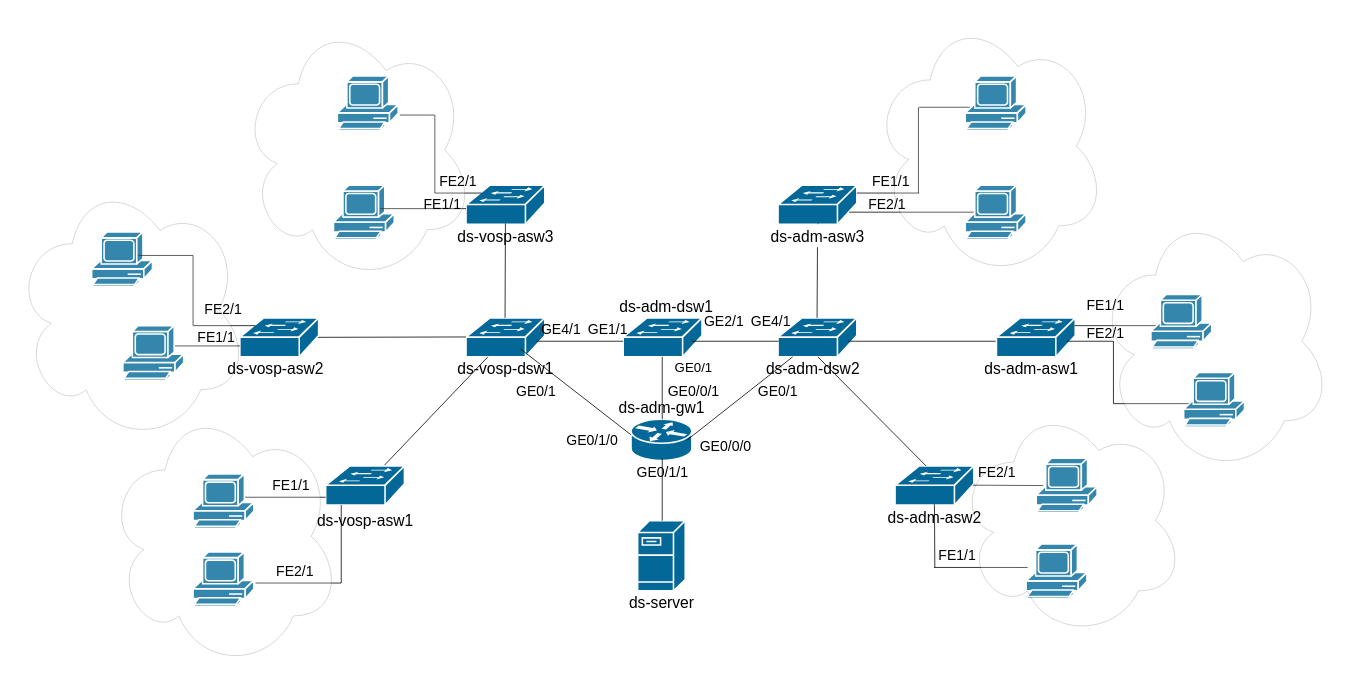
Earlier version of the draw.io diagram Диаграмма без названия.drawio (dibovdmitry/Project). Source tidied: cells renumbered, new cells numbered last; positions are measured from the earlier drawing's top-left corner, leaving out a move shared by most shapes. Both pictures are drawn from the tidied source at 78%, with x=0, y=0 at pixel (13, 13).
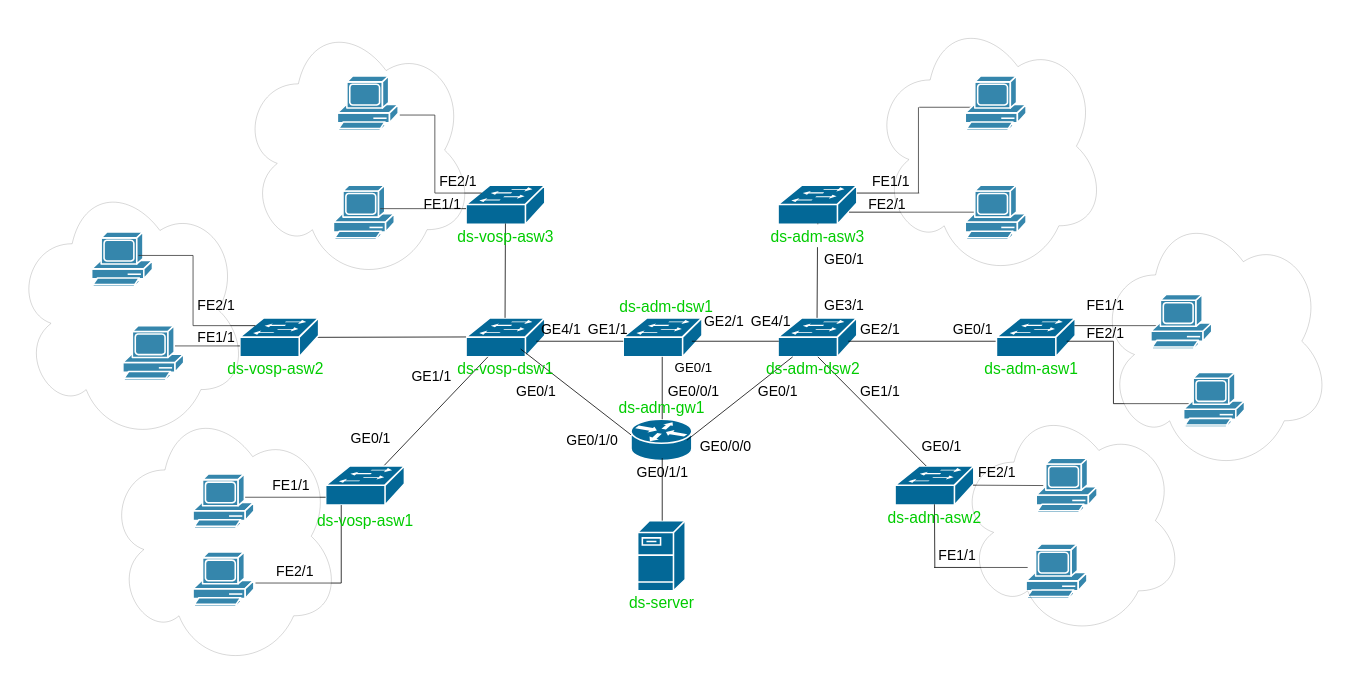
The same diagram, later.

The edit, as a diff of the source:
```diff
@@
-    <mxCell id="64" value="&lt;font style=&quot;font-size: 20px;&quot;&gt;ds-server&lt;/font&gt;" style="text;html=1;strokeColor=none;fillColor=none;align=center;verticalAlign=middle;whiteSpace=wrap;rounded=0;" parent="1" vertex="1">
+    <mxCell id="64" value="&lt;font color=&quot;#00cc00&quot; style=&quot;font-size: 20px;&quot;&gt;ds-server&lt;/font&gt;" style="text;html=1;strokeColor=none;fillColor=none;align=center;verticalAlign=middle;whiteSpace=wrap;rounded=0;" parent="1" vertex="1">
       <mxGeometry x="780.5" y="740" width="100" height="30" as="geometry" />
     </mxCell>
-    <mxCell id="65" value="&lt;font style=&quot;font-size: 20px;&quot;&gt;ds-adm-dsw1&lt;/font&gt;" style="text;html=1;strokeColor=none;fillColor=none;align=center;verticalAlign=middle;whiteSpace=wrap;rounded=0;" parent="1" vertex="1">
+    <mxCell id="65" value="&lt;font color=&quot;#00cc00&quot; style=&quot;font-size: 20px;&quot;&gt;ds-adm-dsw1&lt;/font&gt;" style="text;html=1;strokeColor=none;fillColor=none;align=center;verticalAlign=middle;whiteSpace=wrap;rounded=0;labelBorderColor=none;labelBackgroundColor=none;" parent="1" vertex="1">
       <mxGeometry x="772" y="360" width="129.5" height="30" as="geometry" />
     </mxCell>
-    <mxCell id="66" value="&lt;font style=&quot;font-size: 20px;&quot;&gt;ds-adm-gw1&lt;/font&gt;" style="text;html=1;strokeColor=none;fillColor=none;align=center;verticalAlign=middle;whiteSpace=wrap;rounded=0;" parent="1" vertex="1">
+    <mxCell id="66" value="&lt;font color=&quot;#00cc00&quot; style=&quot;font-size: 20px;&quot;&gt;ds-adm-gw1&lt;/font&gt;" style="text;html=1;strokeColor=none;fillColor=none;align=center;verticalAlign=middle;whiteSpace=wrap;rounded=0;" parent="1" vertex="1">
       <mxGeometry x="770.5" y="490" width="120" height="30" as="geometry" />
     </mxCell>
-    <mxCell id="67" value="&lt;font style=&quot;font-size: 20px;&quot;&gt;ds-adm-dsw2&lt;/font&gt;" style="text;html=1;strokeColor=none;fillColor=none;align=center;verticalAlign=middle;whiteSpace=wrap;rounded=0;" parent="1" vertex="1">
+    <mxCell id="67" value="&lt;font color=&quot;#00cc00&quot; style=&quot;font-size: 20px;&quot;&gt;ds-adm-dsw2&lt;/font&gt;" style="text;html=1;strokeColor=none;fillColor=none;align=center;verticalAlign=middle;whiteSpace=wrap;rounded=0;" parent="1" vertex="1">
       <mxGeometry x="960" y="440" width="129.5" height="30" as="geometry" />
     </mxCell>
@@
-    <mxCell id="69" value="&lt;font style=&quot;font-size: 20px;&quot;&gt;ds-adm-asw3&lt;/font&gt;" style="text;html=1;strokeColor=none;fillColor=none;align=center;verticalAlign=middle;whiteSpace=wrap;rounded=0;" parent="1" vertex="1">
+    <mxCell id="69" value="&lt;font color=&quot;#00cc00&quot; style=&quot;font-size: 20px;&quot;&gt;ds-adm-asw3&lt;/font&gt;" style="text;html=1;strokeColor=none;fillColor=none;align=center;verticalAlign=middle;whiteSpace=wrap;rounded=0;" parent="1" vertex="1">
       <mxGeometry x="965.8" y="270" width="129.5" height="30" as="geometry" />
     </mxCell>
-    <mxCell id="70" value="&lt;font style=&quot;font-size: 20px;&quot;&gt;ds-adm-asw1&lt;/font&gt;" style="text;html=1;strokeColor=none;fillColor=none;align=center;verticalAlign=middle;whiteSpace=wrap;rounded=0;" parent="1" vertex="1">
+    <mxCell id="70" value="&lt;font color=&quot;#00cc00&quot; style=&quot;font-size: 20px;&quot;&gt;ds-adm-asw1&lt;/font&gt;" style="text;html=1;strokeColor=none;fillColor=none;align=center;verticalAlign=middle;whiteSpace=wrap;rounded=0;" parent="1" vertex="1">
       <mxGeometry x="1240" y="440" width="129.5" height="30" as="geometry" />
     </mxCell>
@@
-    <mxCell id="72" value="&lt;font style=&quot;font-size: 20px;&quot;&gt;ds-adm-asw2&lt;/font&gt;" style="text;html=1;strokeColor=none;fillColor=none;align=center;verticalAlign=middle;whiteSpace=wrap;rounded=0;" parent="1" vertex="1">
+    <mxCell id="72" value="&lt;font color=&quot;#00cc00&quot; style=&quot;font-size: 20px;&quot;&gt;ds-adm-asw2&lt;/font&gt;" style="text;html=1;strokeColor=none;fillColor=none;align=center;verticalAlign=middle;whiteSpace=wrap;rounded=0;" parent="1" vertex="1">
       <mxGeometry x="1115.8" y="630" width="129.5" height="30" as="geometry" />
     </mxCell>
-    <mxCell id="73" value="&lt;font style=&quot;font-size: 20px;&quot;&gt;ds-vosp-dsw1&lt;/font&gt;" style="text;html=1;strokeColor=none;fillColor=none;align=center;verticalAlign=middle;whiteSpace=wrap;rounded=0;" parent="1" vertex="1">
+    <mxCell id="73" value="&lt;font color=&quot;#00cc00&quot; style=&quot;font-size: 20px;&quot;&gt;ds-vosp-dsw1&lt;/font&gt;" style="text;html=1;strokeColor=none;fillColor=none;align=center;verticalAlign=middle;whiteSpace=wrap;rounded=0;" parent="1" vertex="1">
       <mxGeometry x="565.8" y="440" width="129.5" height="30" as="geometry" />
     </mxCell>
-    <mxCell id="74" value="&lt;font style=&quot;font-size: 20px;&quot;&gt;ds-vosp-asw3&lt;/font&gt;" style="text;html=1;strokeColor=none;fillColor=none;align=center;verticalAlign=middle;whiteSpace=wrap;rounded=0;" parent="1" vertex="1">
+    <mxCell id="74" value="&lt;font color=&quot;#00cc00&quot; style=&quot;font-size: 20px;&quot;&gt;ds-vosp-asw3&lt;/font&gt;" style="text;html=1;strokeColor=none;fillColor=none;align=center;verticalAlign=middle;whiteSpace=wrap;rounded=0;" parent="1" vertex="1">
       <mxGeometry x="565.8" y="270" width="129.5" height="30" as="geometry" />
     </mxCell>
-    <mxCell id="75" value="&lt;font style=&quot;font-size: 20px;&quot;&gt;ds-vosp-asw2&lt;/font&gt;" style="text;html=1;strokeColor=none;fillColor=none;align=center;verticalAlign=middle;whiteSpace=wrap;rounded=0;" parent="1" vertex="1">
+    <mxCell id="75" value="&lt;font color=&quot;#00cc00&quot; style=&quot;font-size: 20px;&quot;&gt;ds-vosp-asw2&lt;/font&gt;" style="text;html=1;strokeColor=none;fillColor=none;align=center;verticalAlign=middle;whiteSpace=wrap;rounded=0;" parent="1" vertex="1">
       <mxGeometry x="270.5" y="440" width="129.5" height="30" as="geometry" />
     </mxCell>
-    <mxCell id="76" value="&lt;font style=&quot;font-size: 20px;&quot;&gt;ds-vosp-asw1&lt;/font&gt;" style="text;html=1;strokeColor=none;fillColor=none;align=center;verticalAlign=middle;whiteSpace=wrap;rounded=0;" parent="1" vertex="1">
+    <mxCell id="76" value="&lt;font color=&quot;#00cc00&quot; style=&quot;font-size: 20px;&quot;&gt;ds-vosp-asw1&lt;/font&gt;" style="text;html=1;strokeColor=none;fillColor=none;align=center;verticalAlign=middle;whiteSpace=wrap;rounded=0;" parent="1" vertex="1">
       <mxGeometry x="385.8" y="635" width="129.5" height="30" as="geometry" />
     </mxCell>
@@
     <mxCell id="82" value="&lt;font style=&quot;font-size: 18px;&quot;&gt;FE2/1&lt;/font&gt;" style="text;html=1;strokeColor=none;fillColor=none;align=center;verticalAlign=middle;whiteSpace=wrap;rounded=0;" parent="1" vertex="1">
-      <mxGeometry x="239" y="365" width="60" height="30" as="geometry" />
+      <mxGeometry x="230" y="360" width="60" height="30" as="geometry" />
     </mxCell>
@@
+    <mxCell id="100" value="&lt;font style=&quot;font-size: 18px;&quot;&gt;GE0/1&lt;/font&gt;" style="text;html=1;strokeColor=none;fillColor=none;align=center;verticalAlign=middle;whiteSpace=wrap;rounded=0;" parent="1" vertex="1">
+      <mxGeometry x="428" y="530" width="60" height="30" as="geometry" />
+    </mxCell>
+    <mxCell id="101" value="&lt;font style=&quot;font-size: 18px;&quot;&gt;GE1/1&lt;/font&gt;" style="text;html=1;strokeColor=none;fillColor=none;align=center;verticalAlign=middle;whiteSpace=wrap;rounded=0;" parent="1" vertex="1">
+      <mxGeometry x="505.8" y="450" width="60" height="30" as="geometry" />
+    </mxCell>
+    <mxCell id="102" value="&lt;font style=&quot;font-size: 18px;&quot;&gt;GE0/1&lt;/font&gt;" style="text;html=1;strokeColor=none;fillColor=none;align=center;verticalAlign=middle;whiteSpace=wrap;rounded=0;" parent="1" vertex="1">
+      <mxGeometry x="1160" y="540" width="60" height="30" as="geometry" />
+    </mxCell>
+    <mxCell id="103" value="&lt;font style=&quot;font-size: 18px;&quot;&gt;GE1/1&lt;/font&gt;" style="text;html=1;strokeColor=none;fillColor=none;align=center;verticalAlign=middle;whiteSpace=wrap;rounded=0;" parent="1" vertex="1">
+      <mxGeometry x="1081" y="470" width="60" height="30" as="geometry" />
+    </mxCell>
+    <mxCell id="104" value="&lt;font style=&quot;font-size: 18px;&quot;&gt;GE0/1&lt;/font&gt;" style="text;html=1;strokeColor=none;fillColor=none;align=center;verticalAlign=middle;whiteSpace=wrap;rounded=0;" parent="1" vertex="1">
+      <mxGeometry x="1200" y="390" width="60" height="30" as="geometry" />
+    </mxCell>
+    <mxCell id="105" value="&lt;font style=&quot;font-size: 18px;&quot;&gt;GE2/1&lt;/font&gt;" style="text;html=1;strokeColor=none;fillColor=none;align=center;verticalAlign=middle;whiteSpace=wrap;rounded=0;" parent="1" vertex="1">
+      <mxGeometry x="1081" y="390" width="60" height="30" as="geometry" />
+    </mxCell>
+    <mxCell id="106" value="&lt;font style=&quot;font-size: 18px;&quot;&gt;GE0/1&lt;/font&gt;" style="text;html=1;strokeColor=none;fillColor=none;align=center;verticalAlign=middle;whiteSpace=wrap;rounded=0;" parent="1" vertex="1">
+      <mxGeometry x="1035.2" y="300" width="60" height="30" as="geometry" />
+    </mxCell>
+    <mxCell id="107" value="&lt;font style=&quot;font-size: 18px;&quot;&gt;GE3/1&lt;/font&gt;" style="text;html=1;strokeColor=none;fillColor=none;align=center;verticalAlign=middle;whiteSpace=wrap;rounded=0;" parent="1" vertex="1">
+      <mxGeometry x="1035.2" y="360" width="60" height="30" as="geometry" />
+    </mxCell>
```
